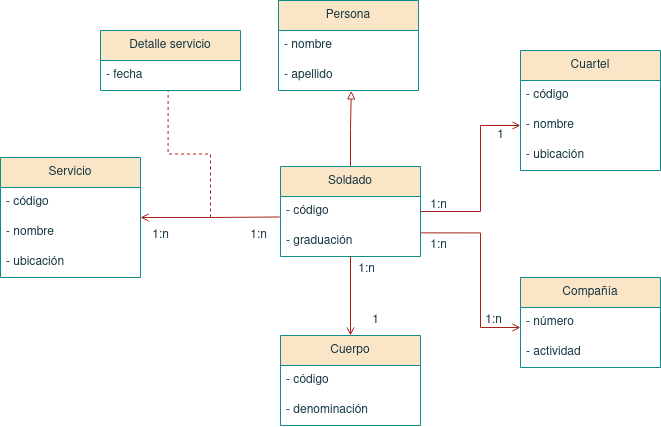
The draw.io diagram Tema 5. Diagramas de clase/Tarea 3. Ministerio defensa/img/MinisterioDefensa.drawio.png in colidom/ets, before a commit. Source tidied: cells renumbered, new cells last; positions are measured from the earlier drawing's top-left corner, leaving out a move shared by most shapes.
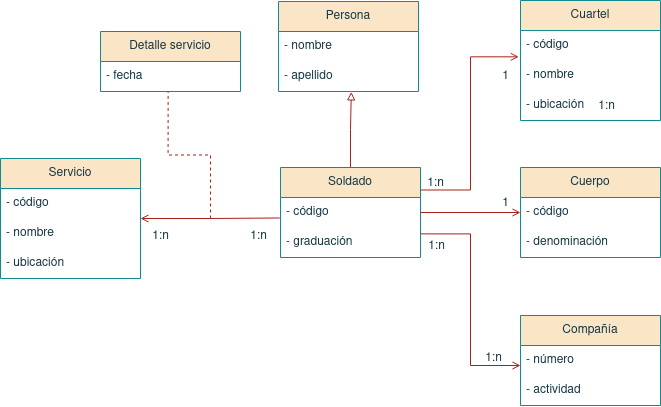
After the commit.

Change to the diagram source:
```diff
@@ -17,19 +17,11 @@
     <mxCell id="6" style="edgeStyle=orthogonalEdgeStyle;rounded=0;jettySize=auto;html=1;startArrow=none;startFill=0;endArrow=open;endFill=0;entryX=0;entryY=0.667;entryDx=0;entryDy=0;entryPerimeter=0;exitX=0.997;exitY=0.213;exitDx=0;exitDy=0;exitPerimeter=0;labelBackgroundColor=none;fontColor=default;strokeColor=#A8201A;" parent="1" edge="1" source="10" target="16">
       <mxGeometry relative="1" as="geometry">
         <Array as="points">
-          <mxPoint x="480" y="232" />
-          <mxPoint x="480" y="327" />
+          <mxPoint x="470" y="232" />
+          <mxPoint x="470" y="364" />
         </Array>
       </mxGeometry>
     </mxCell>
-    <mxCell id="7" style="edgeStyle=orthogonalEdgeStyle;rounded=0;jettySize=auto;html=1;startArrow=none;startFill=0;endArrow=open;endFill=0;entryX=0;entryY=0.5;entryDx=0;entryDy=0;exitX=1;exitY=0.5;exitDx=0;exitDy=0;labelBackgroundColor=none;fontColor=default;strokeColor=#A8201A;" parent="1" edge="1" source="9" target="13">
-      <mxGeometry relative="1" as="geometry">
-        <Array as="points">
-          <mxPoint x="480" y="211" />
-          <mxPoint x="480" y="125" />
-        </Array>
-      </mxGeometry>
-    </mxCell>
     <mxCell id="8" value="Soldado" style="swimlane;fontStyle=0;horizontal=1;startSize=30;whiteSpace=wrap;html=1;labelBackgroundColor=none;fillColor=#FAE5C7;strokeColor=#0F8B8D;fontColor=#143642;" parent="1" vertex="1">
       <mxGeometry x="280" y="166" width="140" height="90" as="geometry" />
     </mxCell>
@@ -40,7 +32,7 @@
       <mxGeometry y="60" width="140" height="30" as="geometry" />
     </mxCell>
     <mxCell id="11" value="Cuartel" style="swimlane;fontStyle=0;horizontal=1;startSize=30;whiteSpace=wrap;html=1;labelBackgroundColor=none;fillColor=#FAE5C7;strokeColor=#0F8B8D;fontColor=#143642;" parent="1" vertex="1">
-      <mxGeometry x="520" y="50" width="140" height="120" as="geometry" />
+      <mxGeometry x="520" y="-1" width="140" height="120" as="geometry" />
     </mxCell>
     <mxCell id="12" value="- código" style="text;strokeColor=none;fillColor=none;align=left;verticalAlign=middle;spacingLeft=4;spacingRight=4;overflow=hidden;points=[[0,0.5],[1,0.5]];portConstraint=eastwest;whiteSpace=wrap;html=1;labelBackgroundColor=none;fontColor=#143642;" parent="11" vertex="1">
       <mxGeometry y="30" width="140" height="30" as="geometry" />
@@ -52,7 +44,7 @@
       <mxGeometry y="90" width="140" height="30" as="geometry" />
     </mxCell>
     <mxCell id="15" value="Compañía" style="swimlane;fontStyle=0;horizontal=1;startSize=30;whiteSpace=wrap;html=1;labelBackgroundColor=none;fillColor=#FAE5C7;strokeColor=#0F8B8D;fontColor=#143642;" parent="1" vertex="1">
-      <mxGeometry x="520" y="277" width="140" height="90" as="geometry" />
+      <mxGeometry x="520" y="314" width="140" height="90" as="geometry" />
     </mxCell>
     <mxCell id="16" value="- número" style="text;strokeColor=none;fillColor=none;align=left;verticalAlign=middle;spacingLeft=4;spacingRight=4;overflow=hidden;points=[[0,0.5],[1,0.5]];portConstraint=eastwest;whiteSpace=wrap;html=1;labelBackgroundColor=none;fontColor=#143642;" parent="15" vertex="1">
       <mxGeometry y="30" width="140" height="30" as="geometry" />
@@ -76,7 +68,7 @@
       <mxGeometry y="90" width="140" height="30" as="geometry" />
     </mxCell>
     <mxCell id="23" value="Cuerpo" style="swimlane;fontStyle=0;horizontal=1;startSize=30;whiteSpace=wrap;html=1;labelBackgroundColor=none;fillColor=#FAE5C7;strokeColor=#0F8B8D;fontColor=#143642;" parent="1" vertex="1">
-      <mxGeometry x="280" y="335" width="140" height="90" as="geometry" />
+      <mxGeometry x="520" y="166" width="140" height="90" as="geometry" />
     </mxCell>
     <mxCell id="24" value="- código" style="text;strokeColor=none;fillColor=none;align=left;verticalAlign=middle;spacingLeft=4;spacingRight=4;overflow=hidden;points=[[0,0.5],[1,0.5]];portConstraint=eastwest;whiteSpace=wrap;html=1;labelBackgroundColor=none;fontColor=#143642;" parent="23" vertex="1">
       <mxGeometry y="30" width="140" height="30" as="geometry" />
@@ -84,7 +76,7 @@
     <mxCell id="25" value="&lt;div&gt;- denominación&lt;br&gt;&lt;/div&gt;" style="text;strokeColor=none;fillColor=none;align=left;verticalAlign=middle;spacingLeft=4;spacingRight=4;overflow=hidden;whiteSpace=wrap;html=1;labelBackgroundColor=none;fontColor=#143642;" parent="23" vertex="1">
       <mxGeometry y="60" width="140" height="30" as="geometry" />
     </mxCell>
-    <mxCell id="26" style="endArrow=none;html=1;rounded=0;entryX=0.5;entryY=1;entryDx=0;entryDy=0;exitX=0.5;exitY=0;exitDx=0;exitDy=0;endFill=0;startArrow=open;startFill=0;labelBackgroundColor=none;fontColor=default;strokeColor=#A8201A;" parent="1" edge="1" source="23" target="8">
+    <mxCell id="26" style="endArrow=none;html=1;rounded=0;entryX=1;entryY=0.5;entryDx=0;entryDy=0;exitX=0;exitY=0.5;exitDx=0;exitDy=0;endFill=0;startArrow=open;startFill=0;labelBackgroundColor=none;fontColor=default;strokeColor=#A8201A;" parent="1" edge="1" source="24" target="9">
       <mxGeometry relative="1" as="geometry" />
     </mxCell>
     <mxCell id="27" value="Detalle servicio" style="swimlane;fontStyle=0;horizontal=1;startSize=30;whiteSpace=wrap;html=1;labelBackgroundColor=none;fillColor=#FAE5C7;strokeColor=#0F8B8D;fontColor=#143642;" parent="1" vertex="1">
@@ -99,22 +91,22 @@
       </mxGeometry>
     </mxCell>
     <mxCell id="30" value="1:n" style="text;html=1;align=center;verticalAlign=middle;strokeColor=none;fillColor=none;labelBackgroundColor=none;fontColor=#143642;" parent="1" vertex="1">
-      <mxGeometry x="418" y="230" width="40" height="30" as="geometry" />
+      <mxGeometry x="416" y="230" width="40" height="30" as="geometry" />
     </mxCell>
     <mxCell id="31" value="1:n" style="text;html=1;align=center;verticalAlign=middle;strokeColor=none;fillColor=none;labelBackgroundColor=none;fontColor=#143642;" parent="1" vertex="1">
-      <mxGeometry x="473" y="305" width="40" height="30" as="geometry" />
+      <mxGeometry x="473" y="342" width="40" height="30" as="geometry" />
     </mxCell>
     <mxCell id="32" value="1:n" style="text;html=1;align=center;verticalAlign=middle;strokeColor=none;fillColor=none;labelBackgroundColor=none;fontColor=#143642;" parent="1" vertex="1">
-      <mxGeometry x="418" y="190" width="40" height="30" as="geometry" />
+      <mxGeometry x="415" y="167" width="40" height="30" as="geometry" />
     </mxCell>
     <mxCell id="33" value="1" style="text;html=1;align=center;verticalAlign=middle;strokeColor=none;fillColor=none;labelBackgroundColor=none;fontColor=#143642;" parent="1" vertex="1">
-      <mxGeometry x="485" y="120" width="30" height="30" as="geometry" />
+      <mxGeometry x="490" y="60" width="30" height="30" as="geometry" />
     </mxCell>
     <mxCell id="34" value="1" style="text;html=1;align=center;verticalAlign=middle;strokeColor=none;fillColor=none;labelBackgroundColor=none;fontColor=#143642;" parent="1" vertex="1">
-      <mxGeometry x="360" y="305" width="30" height="30" as="geometry" />
+      <mxGeometry x="490" y="187" width="30" height="30" as="geometry" />
     </mxCell>
     <mxCell id="35" value="1:n" style="text;html=1;align=center;verticalAlign=middle;strokeColor=none;fillColor=none;labelBackgroundColor=none;fontColor=#143642;" parent="1" vertex="1">
-      <mxGeometry x="346" y="254" width="40" height="30" as="geometry" />
+      <mxGeometry x="586" y="90" width="40" height="30" as="geometry" />
     </mxCell>
     <mxCell id="36" value="1:n" style="text;html=1;align=center;verticalAlign=middle;strokeColor=none;fillColor=none;labelBackgroundColor=none;fontColor=#143642;" parent="1" vertex="1">
       <mxGeometry x="238" y="220" width="40" height="30" as="geometry" />
@@ -122,5 +114,8 @@
     <mxCell id="37" value="1:n" style="text;html=1;align=center;verticalAlign=middle;strokeColor=none;fillColor=none;labelBackgroundColor=none;fontColor=#143642;" parent="1" vertex="1">
       <mxGeometry x="140" y="220" width="40" height="30" as="geometry" />
     </mxCell>
+    <mxCell id="38" style="rounded=0;jettySize=auto;html=1;startArrow=none;startFill=0;endArrow=open;endFill=0;entryX=-0.012;entryY=0.878;entryDx=0;entryDy=0;entryPerimeter=0;exitX=1;exitY=0.25;exitDx=0;exitDy=0;labelBackgroundColor=none;fontColor=default;strokeColor=#A8201A;edgeStyle=orthogonalEdgeStyle;" parent="1" edge="1" source="8" target="12">
+      <mxGeometry relative="1" as="geometry" />
+    </mxCell>
   </root>
 </mxGraphModel>
```
